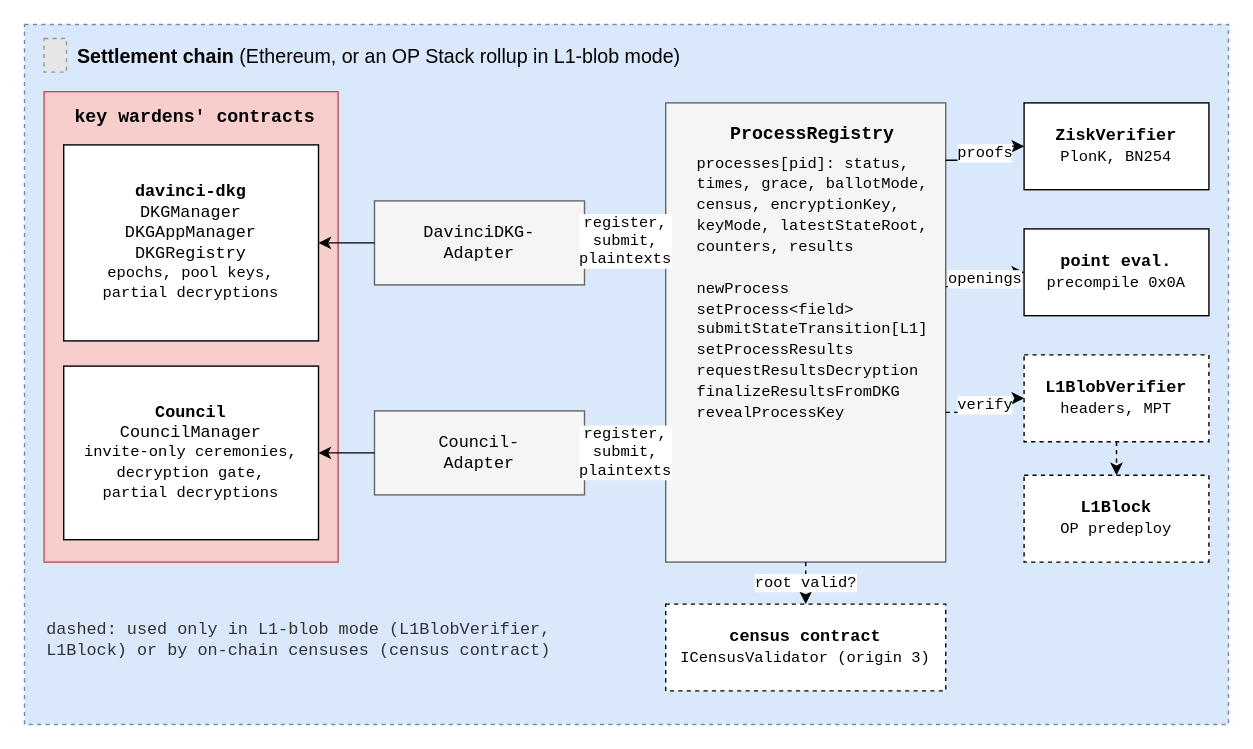
Above: v2/figures/smart-contracts.drawio in vocdoni/davinci-paper (draw.io), before the change. Source tidied: cells renumbered, new cells numbered last; positions are measured from the earlier drawing's top-left corner, leaving out a move shared by most shapes. Both pictures are drawn from the tidied source at 140%, with x=0, y=0 at pixel (24, 24). Pictures stored in the file or linked from it are replaced by grey dashed boxes.
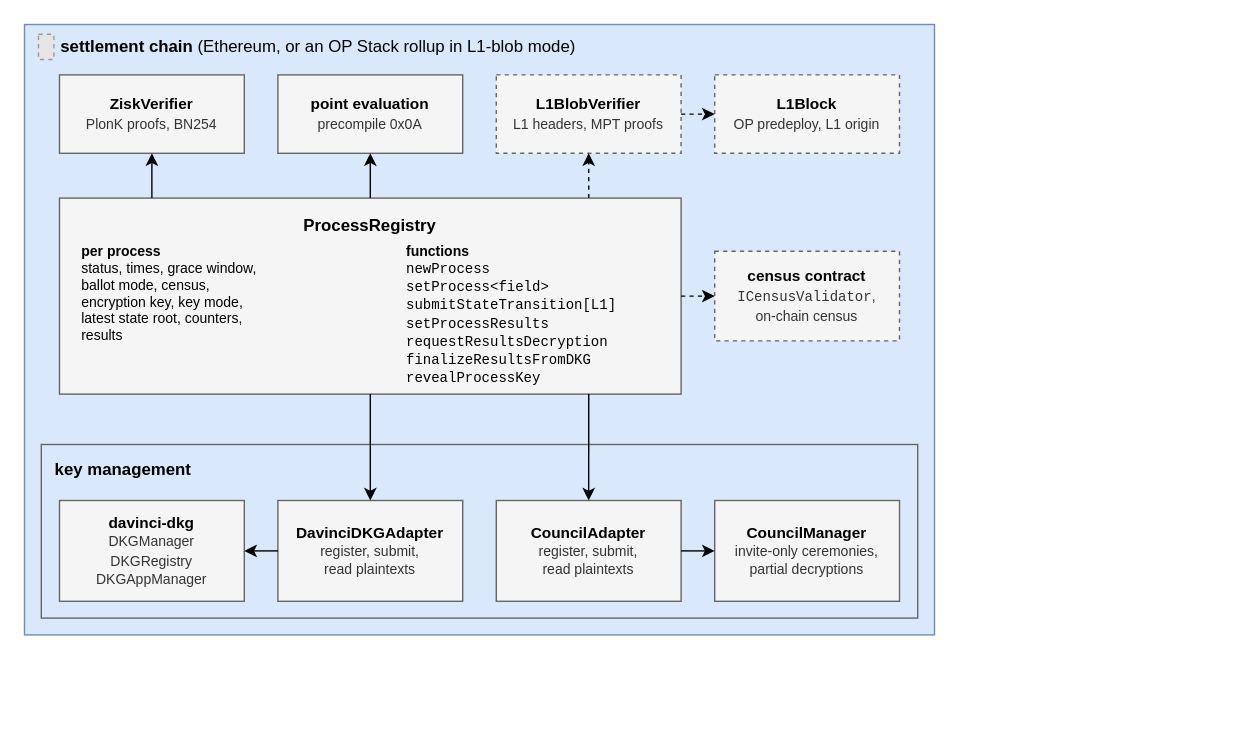
After the change.

Change to the diagram source:
```diff
@@
-    <mxCell id="2" style="rounded=0;whiteSpace=wrap;html=1;fontSize=11;fillColor=#dae8fc;strokeColor=#6c8ebf;fontFamily=Courier New;verticalAlign=top;align=center;spacingTop=4;spacingLeft=6;fontStyle=1;dashed=1;" parent="1" vertex="1">
-      <mxGeometry width="860" height="500" as="geometry" />
+    <mxCell id="2" style="rounded=0;whiteSpace=wrap;html=1;fontSize=12;fillColor=#dae8fc;strokeColor=#6c8ebf;fontFamily=Helvetica;verticalAlign=top;align=left;spacingTop=4;spacingLeft=8;fontStyle=1;" parent="1" vertex="1">
+      <mxGeometry width="650" height="436" as="geometry" />
     </mxCell>
-    <mxCell id="3" style="fillColor=#E6E6E6;strokeColor=#999999;dashed=1;html=1;verticalLabelPosition=bottom;verticalAlign=top;labelBackgroundColor=none;fontSize=11;fontFamily=Courier New;" parent="1" vertex="1">
-      <mxGeometry x="14" y="10" width="16" height="24" as="geometry" />
+    <mxCell id="3" style="fillColor=#E6E6E6;strokeColor=#999999;dashed=1;html=1;" parent="1" vertex="1">
+      <mxGeometry x="10" y="7" width="11" height="18" as="geometry" />
     </mxCell>
-    <mxCell id="4" value="&lt;b&gt;Settlement chain&lt;/b&gt; (Ethereum, or an OP Stack rollup in L1-blob mode)" style="text;html=1;whiteSpace=wrap;fontSize=14;align=left;verticalAlign=middle;fontColor=#000000;" parent="1" vertex="1">
-      <mxGeometry x="36" y="10" width="640" height="26" as="geometry" />
+    <mxCell id="4" value="&lt;b&gt;settlement chain&lt;/b&gt;  (Ethereum, or an OP Stack rollup in L1-blob mode)" style="text;html=1;whiteSpace=wrap;fontSize=12;fontFamily=Helvetica;align=left;verticalAlign=middle;fontColor=#000000;spacing=0;" parent="1" vertex="1">
+      <mxGeometry x="26" y="8" width="560" height="16" as="geometry" />
     </mxCell>
-    <mxCell id="5" value="key wardens' contracts" style="rounded=0;whiteSpace=wrap;html=1;fontSize=13;fillColor=#f8cecc;strokeColor=#b85450;fontFamily=Courier New;verticalAlign=top;align=center;spacingTop=4;spacingLeft=6;fontStyle=1;" parent="1" vertex="1">
-      <mxGeometry x="14" y="48" width="210" height="336" as="geometry" />
+    <mxCell id="5" value="&lt;b&gt;ZiskVerifier&lt;/b&gt;&lt;br&gt;&lt;font style=&quot;font-size:10px&quot; color=&quot;#333333&quot;&gt;PlonK proofs, BN254&lt;/font&gt;" style="rounded=0;whiteSpace=wrap;html=1;fontSize=11;fillColor=#f5f5f5;strokeColor=#666666;strokeWidth=1;fontFamily=Helvetica;align=center;verticalAlign=middle;spacingLeft=6;spacingRight=6;spacingTop=2;spacingBottom=2;" parent="1" vertex="1">
+      <mxGeometry x="25" y="36" width="132" height="56" as="geometry" />
     </mxCell>
-    <mxCell id="6" value="&lt;b&gt;davinci-dkg&lt;/b&gt;&lt;br&gt;DKGManager&lt;br&gt;DKGAppManager&lt;br&gt;DKGRegistry&lt;br&gt;&lt;font style='font-size:11px'&gt;epochs, pool keys,&lt;br&gt;partial decryptions&lt;/font&gt;" style="rounded=0;whiteSpace=wrap;html=1;fontSize=12;fillColor=#ffffff;strokeColor=#000000;fontFamily=Courier New;align=center;verticalAlign=middle;" parent="1" vertex="1">
-      <mxGeometry x="28" y="86" width="182" height="140" as="geometry" />
+    <mxCell id="6" value="&lt;b&gt;point evaluation&lt;/b&gt;&lt;br&gt;&lt;font style=&quot;font-size:10px&quot; color=&quot;#333333&quot;&gt;precompile 0x0A&lt;/font&gt;" style="rounded=0;whiteSpace=wrap;html=1;fontSize=11;fillColor=#f5f5f5;strokeColor=#666666;strokeWidth=1;fontFamily=Helvetica;align=center;verticalAlign=middle;spacingLeft=6;spacingRight=6;spacingTop=2;spacingBottom=2;" parent="1" vertex="1">
+      <mxGeometry x="181" y="36" width="132" height="56" as="geometry" />
     </mxCell>
-    <mxCell id="7" value="&lt;b&gt;Council&lt;/b&gt;&lt;br&gt;CouncilManager&lt;br&gt;&lt;font style='font-size:11px'&gt;invite-only ceremonies,&lt;br&gt;decryption gate,&lt;br&gt;partial decryptions&lt;/font&gt;" style="rounded=0;whiteSpace=wrap;html=1;fontSize=12;fillColor=#ffffff;strokeColor=#000000;fontFamily=Courier New;align=center;verticalAlign=middle;" parent="1" vertex="1">
-      <mxGeometry x="28" y="244" width="182" height="124" as="geometry" />
+    <mxCell id="7" value="&lt;b&gt;L1BlobVerifier&lt;/b&gt;&lt;br&gt;&lt;font style=&quot;font-size:10px&quot; color=&quot;#333333&quot;&gt;L1 headers, MPT proofs&lt;/font&gt;" style="rounded=0;whiteSpace=wrap;html=1;fontSize=11;fillColor=#f5f5f5;strokeColor=#666666;strokeWidth=1;fontFamily=Helvetica;align=center;verticalAlign=middle;spacingLeft=6;spacingRight=6;spacingTop=2;spacingBottom=2;dashed=1;" parent="1" vertex="1">
+      <mxGeometry x="337" y="36" width="132" height="56" as="geometry" />
     </mxCell>
-    <mxCell id="8" value="DavinciDKG-&lt;br&gt;Adapter" style="rounded=0;whiteSpace=wrap;html=1;fontSize=12;fillColor=#f5f5f5;strokeColor=#666666;fontFamily=Courier New;align=center;verticalAlign=middle;" parent="1" vertex="1">
-      <mxGeometry x="250" y="126" width="150" height="60" as="geometry" />
+    <mxCell id="8" value="&lt;b&gt;L1Block&lt;/b&gt;&lt;br&gt;&lt;font style=&quot;font-size:10px&quot; color=&quot;#333333&quot;&gt;OP predeploy, L1 origin&lt;/font&gt;" style="rounded=0;whiteSpace=wrap;html=1;fontSize=11;fillColor=#f5f5f5;strokeColor=#666666;strokeWidth=1;fontFamily=Helvetica;align=center;verticalAlign=middle;spacingLeft=6;spacingRight=6;spacingTop=2;spacingBottom=2;dashed=1;" parent="1" vertex="1">
+      <mxGeometry x="493" y="36" width="132" height="56" as="geometry" />
     </mxCell>
-    <mxCell id="9" value="Council-&lt;br&gt;Adapter" style="rounded=0;whiteSpace=wrap;html=1;fontSize=12;fillColor=#f5f5f5;strokeColor=#666666;fontFamily=Courier New;align=center;verticalAlign=middle;" parent="1" vertex="1">
-      <mxGeometry x="250" y="276" width="150" height="60" as="geometry" />
+    <mxCell id="9" value="&lt;b&gt;ProcessRegistry&lt;/b&gt;" style="rounded=0;whiteSpace=wrap;html=1;fontSize=12;fillColor=#f5f5f5;strokeColor=#666666;strokeWidth=1;fontFamily=Helvetica;align=center;verticalAlign=top;spacingLeft=6;spacingRight=6;spacingTop=2;spacingBottom=2;spacingTop=6;" parent="1" vertex="1">
+      <mxGeometry x="25" y="124" width="444" height="140" as="geometry" />
     </mxCell>
-    <mxCell id="10" value="&lt;b&gt;ProcessRegistry&lt;/b&gt;&lt;div style='text-align:left;font-size:11px;line-height:1.35;margin-top:6px'&gt;processes[pid]: status,&lt;br&gt;times, grace, ballotMode,&lt;br&gt;census, encryptionKey,&lt;br&gt;keyMode, latestStateRoot,&lt;br&gt;counters, results&lt;br&gt;&lt;br&gt;newProcess&lt;br&gt;setProcess&amp;lt;field&amp;gt;&lt;br&gt;submitStateTransition[L1]&lt;br&gt;setProcessResults&lt;br&gt;requestResultsDecryption&lt;br&gt;finalizeResultsFromDKG&lt;br&gt;revealProcessKey&lt;/div&gt;" style="rounded=0;whiteSpace=wrap;html=1;fontSize=13;fillColor=#f5f5f5;strokeColor=#666666;fontFamily=Courier New;align=center;verticalAlign=top;spacingTop=8;spacingLeft=10;" parent="1" vertex="1">
-      <mxGeometry x="458" y="56" width="200" height="328" as="geometry" />
+    <mxCell id="10" value="&lt;b&gt;per process&lt;/b&gt;&lt;br&gt;status, times, grace window,&lt;br&gt;ballot mode, census,&lt;br&gt;encryption key, key mode,&lt;br&gt;latest state root, counters,&lt;br&gt;results" style="text;html=1;whiteSpace=wrap;fontSize=10;fontFamily=Helvetica;align=left;verticalAlign=top;fontColor=#000000;spacing=0;" parent="1" vertex="1">
+      <mxGeometry x="41" y="152" width="190" height="84" as="geometry" />
     </mxCell>
-    <mxCell id="11" value="&lt;b&gt;ZiskVerifier&lt;/b&gt;&lt;br&gt;&lt;font style='font-size:11px'&gt;PlonK, BN254&lt;/font&gt;" style="rounded=0;whiteSpace=wrap;html=1;fontSize=12;fillColor=#ffffff;strokeColor=#000000;fontFamily=Courier New;align=center;verticalAlign=middle;" parent="1" vertex="1">
-      <mxGeometry x="714" y="56" width="132" height="62" as="geometry" />
+    <mxCell id="11" value="&lt;b&gt;functions&lt;/b&gt;&lt;br&gt;&lt;font face=&quot;Courier New&quot;&gt;newProcess&lt;br&gt;setProcess&amp;lt;field&amp;gt;&lt;br&gt;submitStateTransition[L1]&lt;br&gt;setProcessResults&lt;br&gt;requestResultsDecryption&lt;br&gt;finalizeResultsFromDKG&lt;br&gt;revealProcessKey&lt;/font&gt;" style="text;html=1;whiteSpace=wrap;fontSize=10;fontFamily=Helvetica;align=left;verticalAlign=top;fontColor=#000000;spacing=0;" parent="1" vertex="1">
+      <mxGeometry x="273" y="152" width="210" height="84" as="geometry" />
     </mxCell>
-    <mxCell id="12" value="&lt;b&gt;point eval.&lt;/b&gt;&lt;br&gt;&lt;font style='font-size:11px'&gt;precompile 0x0A&lt;/font&gt;" style="rounded=0;whiteSpace=wrap;html=1;fontSize=12;fillColor=#ffffff;strokeColor=#000000;fontFamily=Courier New;align=center;verticalAlign=middle;" parent="1" vertex="1">
-      <mxGeometry x="714" y="146" width="132" height="62" as="geometry" />
+    <mxCell id="12" value="&lt;b&gt;census contract&lt;/b&gt;&lt;br&gt;&lt;font style=&quot;font-size:10px&quot; color=&quot;#333333&quot;&gt;&lt;font face=&quot;Courier New&quot;&gt;ICensusValidator&lt;/font&gt;,&lt;br&gt;on-chain census&lt;/font&gt;" style="rounded=0;whiteSpace=wrap;html=1;fontSize=11;fillColor=#f5f5f5;strokeColor=#666666;strokeWidth=1;fontFamily=Helvetica;align=center;verticalAlign=middle;spacingLeft=6;spacingRight=6;spacingTop=2;spacingBottom=2;dashed=1;" parent="1" vertex="1">
+      <mxGeometry x="493" y="162" width="132" height="64" as="geometry" />
     </mxCell>
-    <mxCell id="13" value="&lt;b&gt;L1BlobVerifier&lt;/b&gt;&lt;br&gt;&lt;font style='font-size:11px'&gt;headers, MPT&lt;/font&gt;" style="rounded=0;whiteSpace=wrap;html=1;fontSize=12;fillColor=#ffffff;strokeColor=#000000;fontFamily=Courier New;align=center;verticalAlign=middle;dashed=1;" parent="1" vertex="1">
-      <mxGeometry x="714" y="236" width="132" height="62" as="geometry" />
+    <mxCell id="13" value="key management" style="rounded=0;whiteSpace=wrap;html=1;fontSize=12;fillColor=none;strokeColor=#666666;fontFamily=Helvetica;verticalAlign=top;align=left;spacingTop=4;spacingLeft=8;fontStyle=1;" parent="1" vertex="1">
+      <mxGeometry x="12" y="300" width="626" height="124" as="geometry" />
     </mxCell>
-    <mxCell id="14" value="&lt;b&gt;L1Block&lt;/b&gt;&lt;br&gt;&lt;font style='font-size:11px'&gt;OP predeploy&lt;/font&gt;" style="rounded=0;whiteSpace=wrap;html=1;fontSize=12;fillColor=#ffffff;strokeColor=#000000;fontFamily=Courier New;align=center;verticalAlign=middle;dashed=1;" parent="1" vertex="1">
-      <mxGeometry x="714" y="322" width="132" height="62" as="geometry" />
+    <mxCell id="14" value="&lt;b&gt;DavinciDKGAdapter&lt;/b&gt;&lt;br&gt;&lt;font style=&quot;font-size:10px&quot; color=&quot;#333333&quot;&gt;register, submit,&lt;br&gt;read plaintexts&lt;/font&gt;" style="rounded=0;whiteSpace=wrap;html=1;fontSize=11;fillColor=#f5f5f5;strokeColor=#666666;strokeWidth=1;fontFamily=Helvetica;align=center;verticalAlign=middle;spacingLeft=6;spacingRight=6;spacingTop=2;spacingBottom=2;" parent="1" vertex="1">
+      <mxGeometry x="181" y="340" width="132" height="72" as="geometry" />
     </mxCell>
-    <mxCell id="15" value="&lt;b&gt;census contract&lt;/b&gt;&lt;br&gt;&lt;font style='font-size:11px'&gt;ICensusValidator (origin 3)&lt;/font&gt;" style="rounded=0;whiteSpace=wrap;html=1;fontSize=12;fillColor=#ffffff;strokeColor=#000000;fontFamily=Courier New;align=center;verticalAlign=middle;dashed=1;" parent="1" vertex="1">
-      <mxGeometry x="458" y="414" width="200" height="62" as="geometry" />
+    <mxCell id="15" value="&lt;b&gt;davinci-dkg&lt;/b&gt;&lt;br&gt;&lt;font style=&quot;font-size:10px&quot; color=&quot;#333333&quot;&gt;DKGManager&lt;br&gt;DKGRegistry&lt;br&gt;DKGAppManager&lt;/font&gt;" style="rounded=0;whiteSpace=wrap;html=1;fontSize=11;fillColor=#f5f5f5;strokeColor=#666666;strokeWidth=1;fontFamily=Helvetica;align=center;verticalAlign=middle;spacingLeft=6;spacingRight=6;spacingTop=2;spacingBottom=2;" parent="1" vertex="1">
+      <mxGeometry x="25" y="340" width="132" height="72" as="geometry" />
     </mxCell>
-    <mxCell id="16" style="edgeStyle=orthogonalEdgeStyle;rounded=0;html=1;endArrow=classic;startArrow=none;endSize=6;startSize=6;fontSize=10;fontFamily=Courier New;strokeColor=#000000;strokeWidth=1;labelBackgroundColor=#ffffff;exitX=0;exitY=0.5;exitDx=0;exitDy=0;entryX=1;entryY=0.5;entryDx=0;entryDy=0;" parent="1" edge="1" source="8" target="6">
-      <mxGeometry relative="1" as="geometry" />
+    <mxCell id="16" value="&lt;b&gt;CouncilAdapter&lt;/b&gt;&lt;br&gt;&lt;font style=&quot;font-size:10px&quot; color=&quot;#333333&quot;&gt;register, submit,&lt;br&gt;read plaintexts&lt;/font&gt;" style="rounded=0;whiteSpace=wrap;html=1;fontSize=11;fillColor=#f5f5f5;strokeColor=#666666;strokeWidth=1;fontFamily=Helvetica;align=center;verticalAlign=middle;spacingLeft=6;spacingRight=6;spacingTop=2;spacingBottom=2;" parent="1" vertex="1">
+      <mxGeometry x="337" y="340" width="132" height="72" as="geometry" />
     </mxCell>
-    <mxCell id="17" style="edgeStyle=orthogonalEdgeStyle;rounded=0;html=1;endArrow=classic;startArrow=none;endSize=6;startSize=6;fontSize=10;fontFamily=Courier New;strokeColor=#000000;strokeWidth=1;labelBackgroundColor=#ffffff;exitX=0;exitY=0.5;exitDx=0;exitDy=0;entryX=1;entryY=0.5;entryDx=0;entryDy=0;" parent="1" edge="1" source="9" target="7">
-      <mxGeometry relative="1" as="geometry" />
+    <mxCell id="17" value="&lt;b&gt;CouncilManager&lt;/b&gt;&lt;br&gt;&lt;font style=&quot;font-size:10px&quot; color=&quot;#333333&quot;&gt;invite-only ceremonies,&lt;br&gt;partial decryptions&lt;/font&gt;" style="rounded=0;whiteSpace=wrap;html=1;fontSize=11;fillColor=#f5f5f5;strokeColor=#666666;strokeWidth=1;fontFamily=Helvetica;align=center;verticalAlign=middle;spacingLeft=6;spacingRight=6;spacingTop=2;spacingBottom=2;" parent="1" vertex="1">
+      <mxGeometry x="493" y="340" width="132" height="72" as="geometry" />
     </mxCell>
-    <mxCell id="18" value="register,&lt;br&gt;submit,&lt;br&gt;plaintexts" style="edgeStyle=orthogonalEdgeStyle;rounded=0;html=1;endArrow=classic;startArrow=none;endSize=6;startSize=6;fontSize=11;fontFamily=Courier New;strokeColor=#000000;strokeWidth=1;labelBackgroundColor=#ffffff;exitX=0;exitY=0.3;exitDx=0;exitDy=0;entryX=1;entryY=0.5;entryDx=0;entryDy=0;" parent="1" edge="1" source="10" target="8">
+    <mxCell id="18" style="edgeStyle=orthogonalEdgeStyle;rounded=0;html=1;endArrow=classic;startArrow=none;endSize=6;startSize=6;fontSize=10;fontFamily=Helvetica;strokeColor=#000000;strokeWidth=1;labelBackgroundColor=#ffffff;exitX=0.1486;exitY=0;exitDx=0;exitDy=0;entryX=0.5;entryY=1;entryDx=0;entryDy=0;" parent="1" edge="1" source="9" target="5">
       <mxGeometry relative="1" as="geometry" />
     </mxCell>
-    <mxCell id="19" value="register,&lt;br&gt;submit,&lt;br&gt;plaintexts" style="edgeStyle=orthogonalEdgeStyle;rounded=0;html=1;endArrow=classic;startArrow=none;endSize=6;startSize=6;fontSize=11;fontFamily=Courier New;strokeColor=#000000;strokeWidth=1;labelBackgroundColor=#ffffff;exitX=0;exitY=0.762;exitDx=0;exitDy=0;entryX=1;entryY=0.5;entryDx=0;entryDy=0;" parent="1" edge="1" source="10" target="9">
+    <mxCell id="19" style="edgeStyle=orthogonalEdgeStyle;rounded=0;html=1;endArrow=classic;startArrow=none;endSize=6;startSize=6;fontSize=10;fontFamily=Helvetica;strokeColor=#000000;strokeWidth=1;labelBackgroundColor=#ffffff;exitX=0.5;exitY=0;exitDx=0;exitDy=0;entryX=0.5;entryY=1;entryDx=0;entryDy=0;" parent="1" edge="1" source="9" target="6">
       <mxGeometry relative="1" as="geometry" />
     </mxCell>
-    <mxCell id="20" value="proofs" style="edgeStyle=orthogonalEdgeStyle;rounded=0;html=1;endArrow=classic;startArrow=none;endSize=6;startSize=6;fontSize=11;fontFamily=Courier New;strokeColor=#000000;strokeWidth=1;labelBackgroundColor=#ffffff;exitX=1;exitY=0.125;exitDx=0;exitDy=0;entryX=0;entryY=0.5;entryDx=0;entryDy=0;" parent="1" edge="1" source="10" target="11">
+    <mxCell id="20" style="edgeStyle=orthogonalEdgeStyle;rounded=0;html=1;endArrow=classic;startArrow=none;endSize=6;startSize=6;fontSize=10;fontFamily=Helvetica;strokeColor=#000000;strokeWidth=1;dashed=1;labelBackgroundColor=#ffffff;exitX=0.8514;exitY=0;exitDx=0;exitDy=0;entryX=0.5;entryY=1;entryDx=0;entryDy=0;" parent="1" edge="1" source="9" target="7">
       <mxGeometry relative="1" as="geometry" />
     </mxCell>
-    <mxCell id="21" value="openings" style="edgeStyle=orthogonalEdgeStyle;rounded=0;html=1;endArrow=classic;startArrow=none;endSize=6;startSize=6;fontSize=11;fontFamily=Courier New;strokeColor=#000000;strokeWidth=1;labelBackgroundColor=#ffffff;exitX=1;exitY=0.4;exitDx=0;exitDy=0;entryX=0;entryY=0.5;entryDx=0;entryDy=0;" parent="1" edge="1" source="10" target="12">
+    <mxCell id="21" style="edgeStyle=orthogonalEdgeStyle;rounded=0;html=1;endArrow=classic;startArrow=none;endSize=6;startSize=6;fontSize=10;fontFamily=Helvetica;strokeColor=#000000;strokeWidth=1;dashed=1;labelBackgroundColor=#ffffff;exitX=1;exitY=0.5;exitDx=0;exitDy=0;entryX=0;entryY=0.5;entryDx=0;entryDy=0;" parent="1" edge="1" source="7" target="8">
       <mxGeometry relative="1" as="geometry" />
     </mxCell>
-    <mxCell id="22" value="verify" style="edgeStyle=orthogonalEdgeStyle;rounded=0;html=1;endArrow=classic;startArrow=none;endSize=6;startSize=6;fontSize=11;fontFamily=Courier New;strokeColor=#000000;strokeWidth=1;dashed=1;labelBackgroundColor=#ffffff;exitX=1;exitY=0.674;exitDx=0;exitDy=0;entryX=0;entryY=0.5;entryDx=0;entryDy=0;" parent="1" edge="1" source="10" target="13">
+    <mxCell id="22" style="edgeStyle=orthogonalEdgeStyle;rounded=0;html=1;endArrow=classic;startArrow=none;endSize=6;startSize=6;fontSize=10;fontFamily=Helvetica;strokeColor=#000000;strokeWidth=1;dashed=1;labelBackgroundColor=#ffffff;exitX=1;exitY=0.5;exitDx=0;exitDy=0;entryX=0;entryY=0.5;entryDx=0;entryDy=0;" parent="1" edge="1" source="9" target="12">
       <mxGeometry relative="1" as="geometry" />
     </mxCell>
-    <mxCell id="23" style="edgeStyle=orthogonalEdgeStyle;rounded=0;html=1;endArrow=classic;startArrow=none;endSize=6;startSize=6;fontSize=10;fontFamily=Courier New;strokeColor=#000000;strokeWidth=1;dashed=1;labelBackgroundColor=#ffffff;exitX=0.5;exitY=1;exitDx=0;exitDy=0;entryX=0.5;entryY=0;entryDx=0;entryDy=0;" parent="1" edge="1" source="13" target="14">
+    <mxCell id="23" style="edgeStyle=orthogonalEdgeStyle;rounded=0;html=1;endArrow=classic;startArrow=none;endSize=6;startSize=6;fontSize=10;fontFamily=Helvetica;strokeColor=#000000;strokeWidth=1;labelBackgroundColor=#ffffff;exitX=0.5;exitY=1;exitDx=0;exitDy=0;entryX=0.5;entryY=0;entryDx=0;entryDy=0;" parent="1" edge="1" source="9" target="14">
       <mxGeometry relative="1" as="geometry" />
     </mxCell>
-    <mxCell id="24" value="root valid?" style="edgeStyle=orthogonalEdgeStyle;rounded=0;html=1;endArrow=classic;startArrow=none;endSize=6;startSize=6;fontSize=11;fontFamily=Courier New;strokeColor=#000000;strokeWidth=1;dashed=1;labelBackgroundColor=#ffffff;exitX=0.5;exitY=1;exitDx=0;exitDy=0;entryX=0.5;entryY=0;entryDx=0;entryDy=0;" parent="1" edge="1" source="10" target="15">
+    <mxCell id="24" style="edgeStyle=orthogonalEdgeStyle;rounded=0;html=1;endArrow=classic;startArrow=none;endSize=6;startSize=6;fontSize=10;fontFamily=Helvetica;strokeColor=#000000;strokeWidth=1;labelBackgroundColor=#ffffff;exitX=0.8514;exitY=1;exitDx=0;exitDy=0;entryX=0.5;entryY=0;entryDx=0;entryDy=0;" parent="1" edge="1" source="9" target="16">
       <mxGeometry relative="1" as="geometry" />
     </mxCell>
-    <mxCell id="25" value="dashed: used only in L1-blob mode (L1BlobVerifier, L1Block) or by on-chain censuses (census contract)" style="text;html=1;whiteSpace=wrap;fontSize=12;fontFamily=Courier New;align=left;verticalAlign=middle;fontColor=#333333;" parent="1" vertex="1">
-      <mxGeometry x="14" y="400" width="420" height="80" as="geometry" />
+    <mxCell id="25" style="edgeStyle=orthogonalEdgeStyle;rounded=0;html=1;endArrow=classic;startArrow=none;endSize=6;startSize=6;fontSize=10;fontFamily=Helvetica;strokeColor=#000000;strokeWidth=1;labelBackgroundColor=#ffffff;exitX=0;exitY=0.5;exitDx=0;exitDy=0;entryX=1;entryY=0.5;entryDx=0;entryDy=0;" parent="1" edge="1" source="14" target="15">
+      <mxGeometry relative="1" as="geometry" />
     </mxCell>
+    <mxCell id="26" style="edgeStyle=orthogonalEdgeStyle;rounded=0;html=1;endArrow=classic;startArrow=none;endSize=6;startSize=6;fontSize=10;fontFamily=Helvetica;strokeColor=#000000;strokeWidth=1;labelBackgroundColor=#ffffff;exitX=1;exitY=0.5;exitDx=0;exitDy=0;entryX=0;entryY=0.5;entryDx=0;entryDy=0;" parent="1" edge="1" source="16" target="17">
+      <mxGeometry relative="1" as="geometry" />
+    </mxCell>
```
